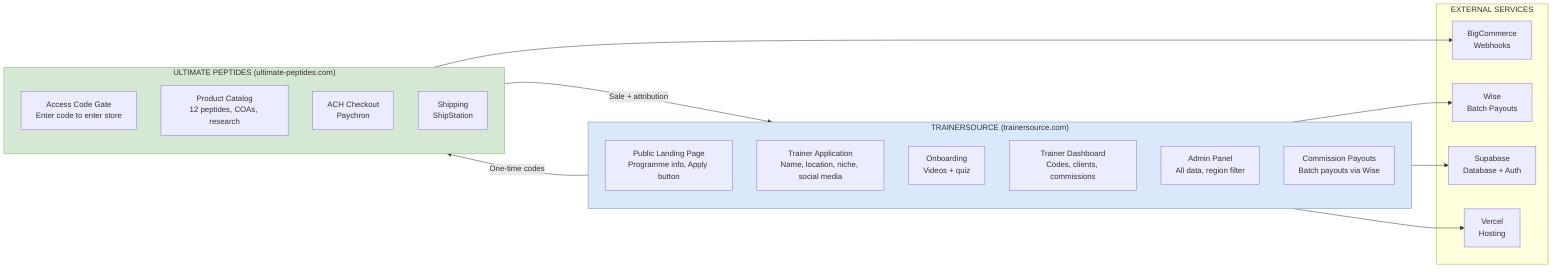
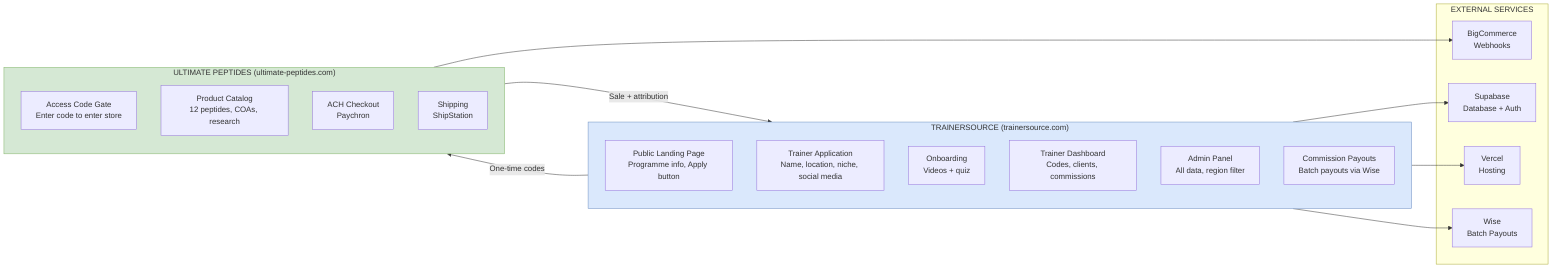
graph LR
    subgraph TS["TRAINERSOURCE (trainersource.com)"]
        direction TB
        TS_PUB["Public Landing Page\nProgramme info, Apply button"]
        TS_APP["Trainer Application\nName, location, niche, social media"]
        TS_ONB["Onboarding\nVideos + quiz"]
        TS_DSH["Trainer Dashboard\nCodes, clients, commissions"]
        TS_ADM["Admin Panel\nAll data, region filter"]
        TS_PAY["Commission Payouts\nBatch payouts via Wise"]
    end

    subgraph UP["ULTIMATE PEPTIDES (ultimate-peptides.com)"]
        direction TB
        UP_GATE["Access Code Gate\nEnter code to enter store"]
        UP_STORE["Product Catalog\n12 peptides, COAs, research"]
        UP_CHECK["ACH Checkout\nPaychron"]
        UP_SHIP["Shipping\nShipStation"]
    end

    subgraph SERVICES["EXTERNAL SERVICES"]
        SB["Supabase\nDatabase + Auth"]
        WS["Wise\nBatch Payouts"]
        BC["BigCommerce\nWebhooks"]
        VR["Vercel\nHosting"]
    end

    TS_DSH -->|"One-time codes"| UP_GATE
-     UP_STORE -->|"Sale + attribution"| TS_PAY
-     TS --> SB
-     TS --> VR
+     UP_CHECK -->|"Sale + attribution"| TS_PAY
+     TS_DSH --> SB
+     TS_PUB --> VR
    TS_PAY --> WS
-     UP --> BC
+     UP_CHECK --> BC

    style TS fill:#dae8fc,stroke:#6c8ebf
    style UP fill:#d5e8d4,stroke:#82b366
